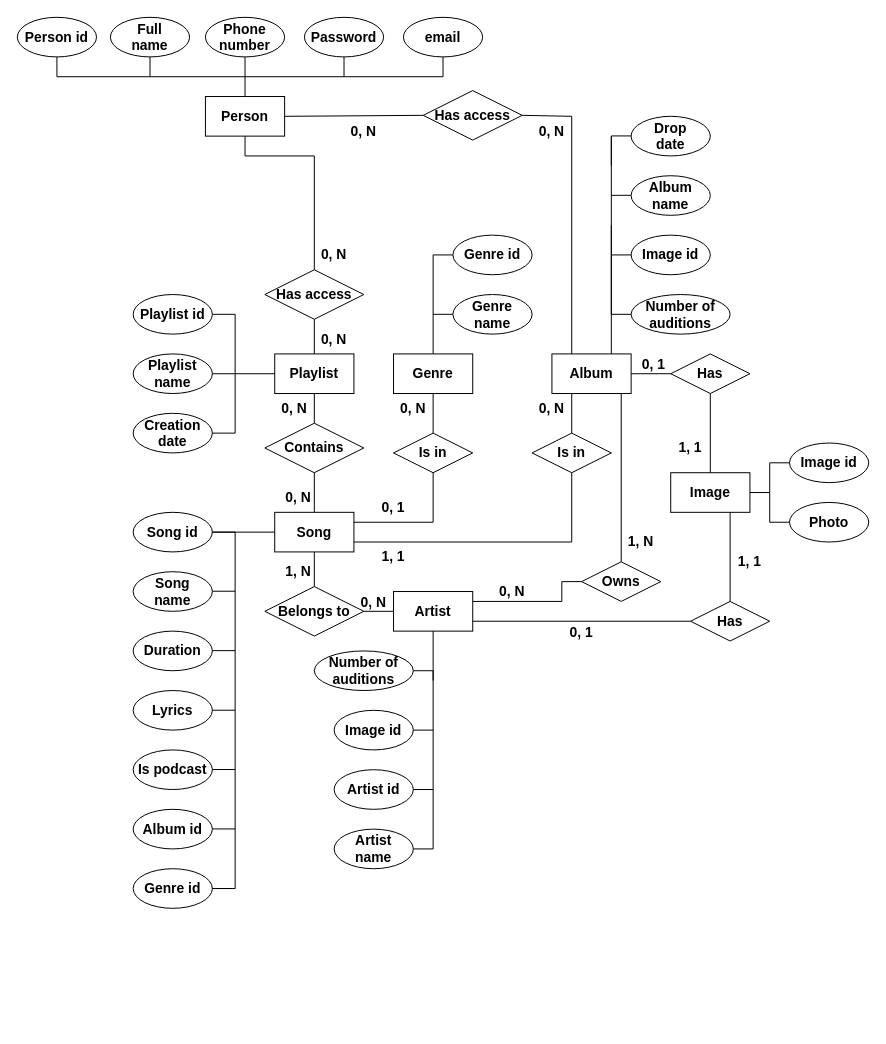
This is кмпо 2.0.drawio from marsek4/database, a draw.io file, before an edit. Source tidied: cells renumbered, new cells numbered last; positions are measured from the earlier drawing's top-left corner, leaving out a move shared by most shapes. Both pictures are drawn from the tidied source at 99%, with x=0, y=0 at pixel (17, 17).
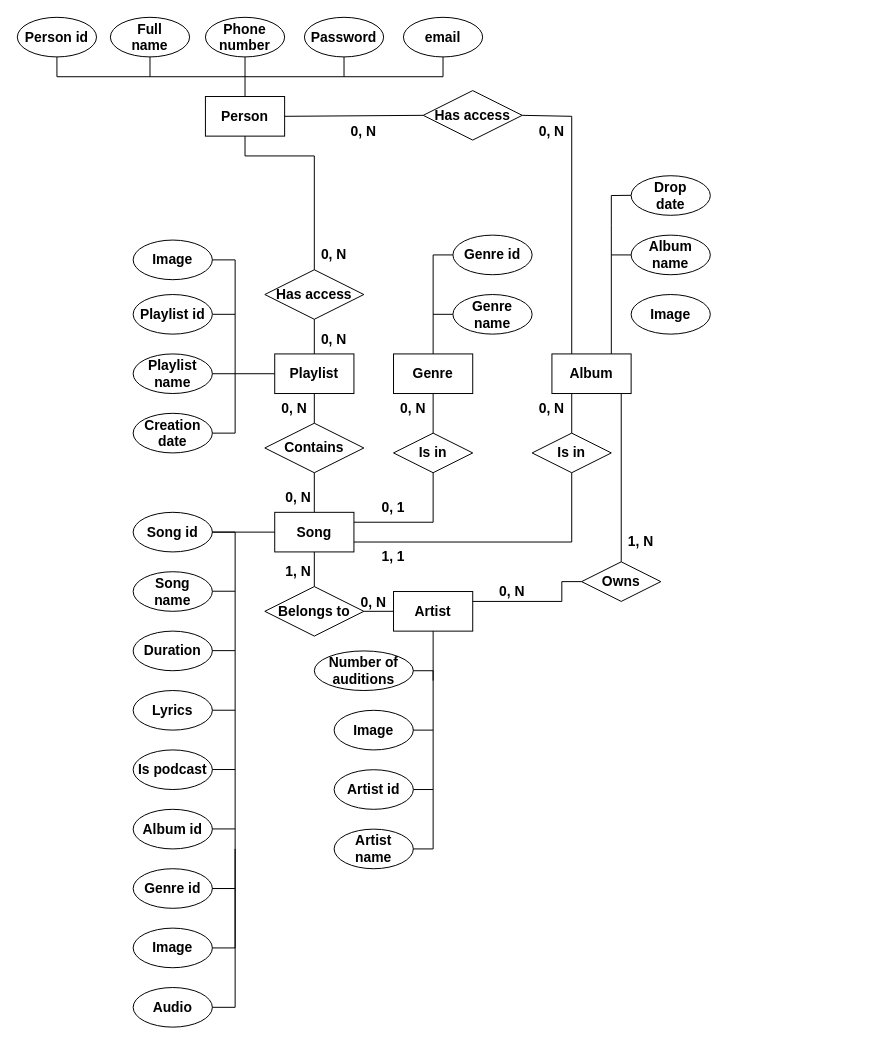
After the change.

Unchanged cells that the change refers to:
```xml
<mxCell id="49" value="Artist" style="rounded=0;whiteSpace=wrap;html=1;fontStyle=1;fontSize=14;spacing=3;fontFamily=Helvetica;" parent="1" vertex="1">
  <mxGeometry x="380" y="580" width="80" height="40" as="geometry" />
</mxCell>
<mxCell id="61" value="Album" style="rounded=0;whiteSpace=wrap;html=1;fontStyle=1;fontSize=14;spacing=3;fontFamily=Helvetica;" parent="1" vertex="1">
  <mxGeometry x="540" y="340" width="80" height="40" as="geometry" />
</mxCell>
```

Change to the diagram source:
```diff
@@
-    <mxCell id="52" value="Image id" style="ellipse;whiteSpace=wrap;html=1;fontStyle=1;fontSize=14;spacing=3;fontFamily=Helvetica;" parent="1" vertex="1">
+    <mxCell id="52" value="Image" style="ellipse;whiteSpace=wrap;html=1;fontStyle=1;fontSize=14;spacing=3;fontFamily=Helvetica;" parent="1" vertex="1">
       <mxGeometry x="320" y="700" width="80" height="40" as="geometry" />
     </mxCell>
@@
     <mxCell id="63" value="Album&lt;br style=&quot;font-size: 14px;&quot;&gt;name" style="ellipse;whiteSpace=wrap;html=1;fontStyle=1;fontSize=14;spacing=3;fontFamily=Helvetica;" parent="1" vertex="1">
-      <mxGeometry x="620" y="160" width="80" height="40" as="geometry" />
+      <mxGeometry x="620" y="220" width="80" height="40" as="geometry" />
     </mxCell>
-    <mxCell id="64" value="Image id" style="ellipse;whiteSpace=wrap;html=1;fontStyle=1;fontSize=14;spacing=3;fontFamily=Helvetica;" parent="1" vertex="1">
-      <mxGeometry x="620" y="220" width="80" height="40" as="geometry" />
+    <mxCell id="64" value="Image" style="ellipse;whiteSpace=wrap;html=1;fontStyle=1;fontSize=14;spacing=3;fontFamily=Helvetica;" parent="1" vertex="1">
+      <mxGeometry x="620" y="280" width="80" height="40" as="geometry" />
     </mxCell>
-    <mxCell id="65" style="endArrow=none;html=1;rounded=0;exitX=0;exitY=0.5;exitDx=0;exitDy=0;fontStyle=1;fontSize=14;spacing=3;fontFamily=Helvetica;" parent="1" edge="1">
-      <mxGeometry relative="1" as="geometry">
-        <mxPoint x="620" y="300" as="sourcePoint" />
-        <mxPoint x="600" y="150" as="targetPoint" />
-        <Array as="points">
-          <mxPoint x="600" y="300" />
-          <mxPoint x="600" y="120" />
-        </Array>
-      </mxGeometry>
-    </mxCell>
@@
     <mxCell id="68" style="endArrow=none;html=1;rounded=0;entryX=0;entryY=0.5;entryDx=0;entryDy=0;fontStyle=1;fontSize=14;spacing=3;fontFamily=Helvetica;" parent="1" edge="1">
       <mxGeometry relative="1" as="geometry">
-        <mxPoint x="600" y="179.8" as="sourcePoint" />
+        <mxPoint x="600" y="210" as="sourcePoint" />
         <mxPoint x="620" y="179.8" as="targetPoint" />
+        <Array as="points">
+          <mxPoint x="600" y="180" />
+        </Array>
       </mxGeometry>
     </mxCell>
-    <mxCell id="69" style="endArrow=none;html=1;rounded=0;entryX=0;entryY=0.5;entryDx=0;entryDy=0;fontStyle=1;fontSize=14;spacing=3;fontFamily=Helvetica;" parent="1" edge="1">
-      <mxGeometry relative="1" as="geometry">
-        <mxPoint x="600" y="119.8" as="sourcePoint" />
-        <mxPoint x="620" y="119.8" as="targetPoint" />
-      </mxGeometry>
-    </mxCell>
-    <mxCell id="70" value="Has" style="rhombus;whiteSpace=wrap;html=1;fontStyle=1;fontSize=14;spacing=3;fontFamily=Helvetica;" parent="1" vertex="1">
-      <mxGeometry x="680" y="590" width="80" height="40" as="geometry" />
-    </mxCell>
-    <mxCell id="71" style="endArrow=none;html=1;rounded=0;exitX=1;exitY=0.75;exitDx=0;exitDy=0;entryX=0;entryY=0.5;entryDx=0;entryDy=0;fontStyle=1;fontSize=14;spacing=3;fontFamily=Helvetica;" parent="1" edge="1" source="49" target="70">
-      <mxGeometry relative="1" as="geometry" />
-    </mxCell>
-    <mxCell id="72" value="Has" style="rhombus;whiteSpace=wrap;html=1;fontStyle=1;fontSize=14;spacing=3;fontFamily=Helvetica;" parent="1" vertex="1">
-      <mxGeometry x="660" y="340" width="80" height="40" as="geometry" />
-    </mxCell>
-    <mxCell id="73" style="endArrow=none;html=1;rounded=0;entryX=0;entryY=0.5;entryDx=0;entryDy=0;exitX=1;exitY=0.5;exitDx=0;exitDy=0;fontStyle=1;fontSize=14;spacing=3;fontFamily=Helvetica;" parent="1" edge="1" source="61" target="72">
-      <mxGeometry relative="1" as="geometry" />
-    </mxCell>
@@
-    <mxCell id="75" value="Image" style="rounded=0;whiteSpace=wrap;html=1;fontStyle=1;fontSize=14;spacing=3;fontFamily=Helvetica;" parent="1" vertex="1">
-      <mxGeometry x="660" y="460" width="80" height="40" as="geometry" />
-    </mxCell>
-    <mxCell id="76" style="endArrow=none;html=1;rounded=0;entryX=0.5;entryY=1;entryDx=0;entryDy=0;exitX=0.5;exitY=0;exitDx=0;exitDy=0;fontStyle=1;fontSize=14;spacing=3;fontFamily=Helvetica;" parent="1" edge="1" source="75" target="72">
-      <mxGeometry relative="1" as="geometry" />
-    </mxCell>
-    <mxCell id="77" style="endArrow=none;html=1;rounded=0;entryX=0.75;entryY=1;entryDx=0;entryDy=0;exitX=0.5;exitY=0;exitDx=0;exitDy=0;fontStyle=1;fontSize=14;spacing=3;fontFamily=Helvetica;" parent="1" edge="1" source="70" target="75">
-      <mxGeometry relative="1" as="geometry" />
-    </mxCell>
-    <mxCell id="78" value="Image id" style="ellipse;whiteSpace=wrap;html=1;fontStyle=1;fontSize=14;spacing=3;fontFamily=Helvetica;" parent="1" vertex="1">
-      <mxGeometry x="780" y="430" width="80" height="40" as="geometry" />
-    </mxCell>
-    <mxCell id="79" value="Photo" style="ellipse;whiteSpace=wrap;html=1;fontStyle=1;fontSize=14;spacing=3;fontFamily=Helvetica;" parent="1" vertex="1">
-      <mxGeometry x="780" y="490" width="80" height="40" as="geometry" />
-    </mxCell>
-    <mxCell id="80" style="endArrow=none;html=1;rounded=0;entryX=0;entryY=0.5;entryDx=0;entryDy=0;exitX=0;exitY=0.5;exitDx=0;exitDy=0;fontStyle=1;fontSize=14;spacing=3;fontFamily=Helvetica;" parent="1" edge="1" source="79" target="78">
-      <mxGeometry relative="1" as="geometry">
-        <Array as="points">
-          <mxPoint x="760" y="510" />
-          <mxPoint x="760" y="450" />
-        </Array>
-      </mxGeometry>
-    </mxCell>
-    <mxCell id="81" style="endArrow=none;html=1;rounded=0;exitX=1;exitY=0.5;exitDx=0;exitDy=0;fontStyle=1;fontSize=14;spacing=3;fontFamily=Helvetica;" parent="1" edge="1" source="75">
-      <mxGeometry relative="1" as="geometry">
-        <mxPoint x="760" y="480" as="targetPoint" />
-      </mxGeometry>
-    </mxCell>
@@
-    <mxCell id="95" value="0, 1" style="text;html=1;strokeColor=none;fillColor=none;align=center;verticalAlign=middle;whiteSpace=wrap;rounded=0;fontStyle=1;fontSize=14;spacing=3;fontFamily=Helvetica;" parent="1" vertex="1">
-      <mxGeometry x="540" y="606" width="60" height="30" as="geometry" />
-    </mxCell>
-    <mxCell id="96" value="1, 1" style="text;html=1;strokeColor=none;fillColor=none;align=center;verticalAlign=middle;whiteSpace=wrap;rounded=0;fontStyle=1;fontSize=14;spacing=3;fontFamily=Helvetica;" parent="1" vertex="1">
-      <mxGeometry x="710" y="535" width="60" height="30" as="geometry" />
-    </mxCell>
-    <mxCell id="97" value="1, 1" style="text;html=1;strokeColor=none;fillColor=none;align=center;verticalAlign=middle;whiteSpace=wrap;rounded=0;fontStyle=1;fontSize=14;spacing=3;fontFamily=Helvetica;" parent="1" vertex="1">
-      <mxGeometry x="650" y="420" width="60" height="30" as="geometry" />
-    </mxCell>
-    <mxCell id="98" value="0, 1" style="text;html=1;strokeColor=none;fillColor=none;align=center;verticalAlign=middle;whiteSpace=wrap;rounded=0;fontStyle=1;fontSize=14;spacing=3;fontFamily=Helvetica;" parent="1" vertex="1">
-      <mxGeometry x="613" y="336" width="60" height="30" as="geometry" />
-    </mxCell>
@@
     <mxCell id="101" value="Drop&lt;br style=&quot;font-size: 14px;&quot;&gt;date" style="ellipse;whiteSpace=wrap;html=1;fontStyle=1;fontSize=14;spacing=3;fontFamily=Helvetica;" parent="1" vertex="1">
-      <mxGeometry x="620" y="100" width="80" height="40" as="geometry" />
+      <mxGeometry x="620" y="160" width="80" height="40" as="geometry" />
     </mxCell>
-    <mxCell id="102" value="Number of&lt;br style=&quot;font-size: 14px;&quot;&gt;auditions" style="ellipse;whiteSpace=wrap;html=1;fontStyle=1;fontSize=14;spacing=3;fontFamily=Helvetica;" parent="1" vertex="1">
-      <mxGeometry x="620" y="280" width="100" height="40" as="geometry" />
-    </mxCell>
@@
+    <mxCell id="108" value="Image" style="ellipse;whiteSpace=wrap;html=1;fontStyle=1;fontSize=14;spacing=3;fontFamily=Helvetica;" parent="1" vertex="1">
+      <mxGeometry x="117" y="920" width="80" height="40" as="geometry" />
+    </mxCell>
+    <mxCell id="109" style="endArrow=none;html=1;rounded=0;exitX=1;exitY=0.5;exitDx=0;exitDy=0;" parent="1" edge="1" source="108">
+      <mxGeometry relative="1" as="geometry">
+        <mxPoint x="220" y="880" as="targetPoint" />
+        <Array as="points">
+          <mxPoint x="220" y="940" />
+        </Array>
+      </mxGeometry>
+    </mxCell>
+    <mxCell id="110" value="Image" style="ellipse;whiteSpace=wrap;html=1;fontStyle=1;fontSize=14;spacing=3;fontFamily=Helvetica;" parent="1" vertex="1">
+      <mxGeometry x="117" y="225" width="80" height="40" as="geometry" />
+    </mxCell>
+    <mxCell id="111" style="endArrow=none;html=1;rounded=0;entryX=1;entryY=0.5;entryDx=0;entryDy=0;" parent="1" edge="1" target="110">
+      <mxGeometry relative="1" as="geometry">
+        <mxPoint x="220" y="300" as="sourcePoint" />
+        <Array as="points">
+          <mxPoint x="220" y="245" />
+        </Array>
+      </mxGeometry>
+    </mxCell>
+    <mxCell id="112" value="Audio" style="ellipse;whiteSpace=wrap;html=1;fontStyle=1;fontSize=14;spacing=3;fontFamily=Helvetica;" parent="1" vertex="1">
+      <mxGeometry x="117" y="980" width="80" height="40" as="geometry" />
+    </mxCell>
+    <mxCell id="113" style="endArrow=none;html=1;rounded=0;exitX=1;exitY=0.5;exitDx=0;exitDy=0;" parent="1" edge="1" source="112">
+      <mxGeometry relative="1" as="geometry">
+        <mxPoint x="220" y="840" as="targetPoint" />
+        <Array as="points">
+          <mxPoint x="220" y="1000" />
+        </Array>
+      </mxGeometry>
+    </mxCell>
```
